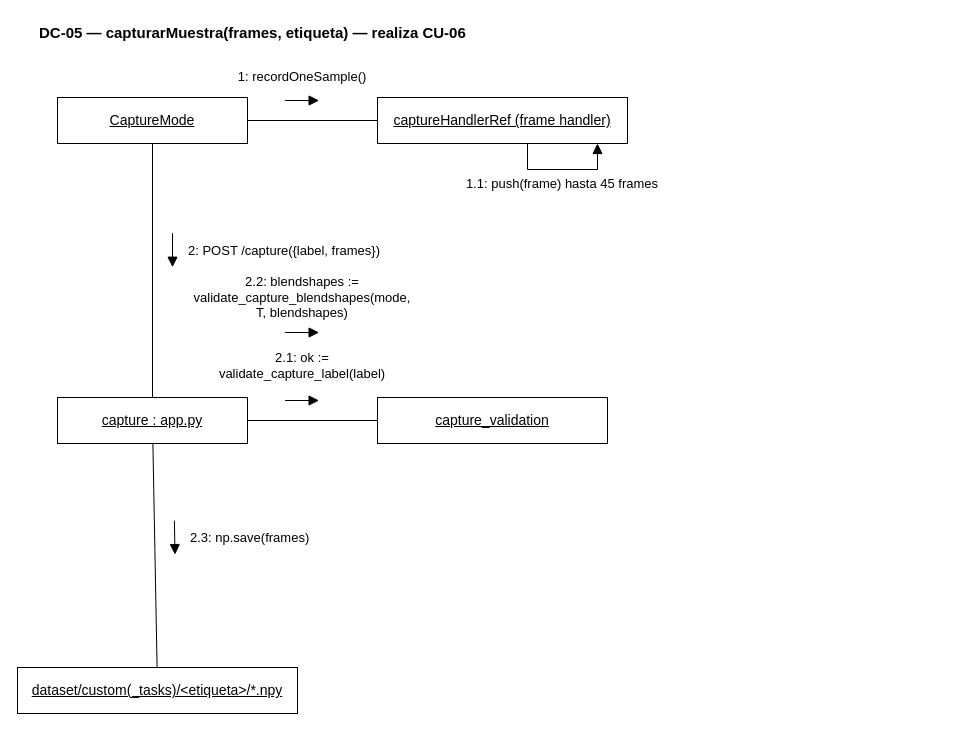
The draw.io diagram docs/diagramas/colaboracion/08_colaboracion_dc05.drawio in santinohamada/Nexora, before the edit. Source tidied: cells renumbered, new cells numbered last; positions are measured from the earlier drawing's top-left corner, leaving out a move shared by most shapes. Both pictures are drawn from the tidied source at 100%, with x=0, y=0 at pixel (17, 17).
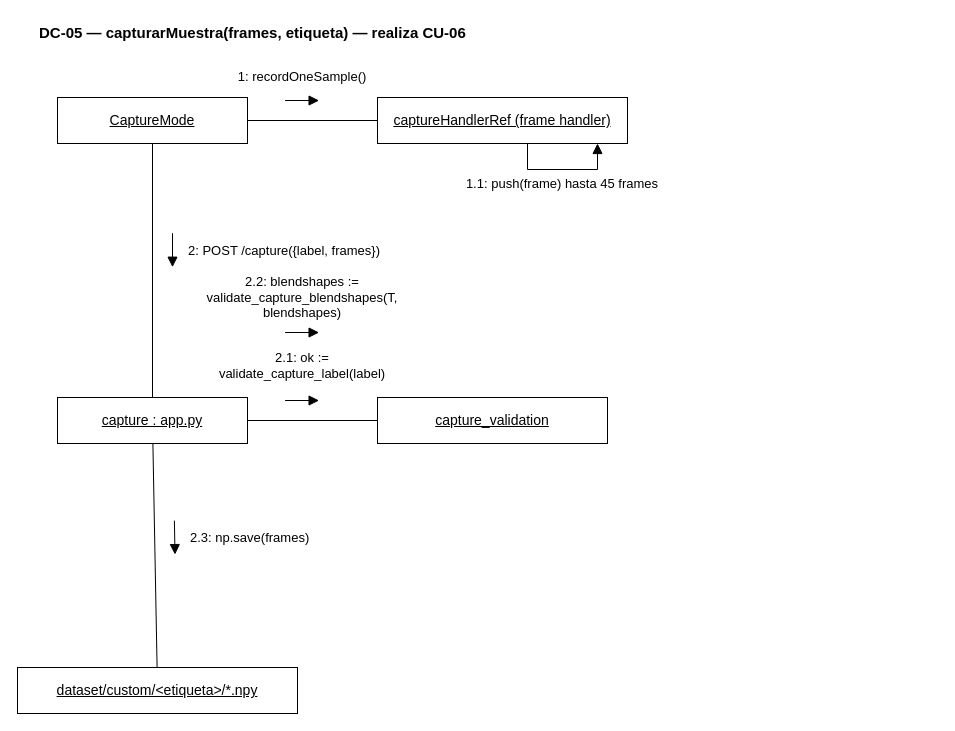
Above is the later version.

The edit, as a diff of the source:
```diff
@@
-    <mxCell id="7" value="&lt;u&gt;dataset/custom(_tasks)/&amp;lt;etiqueta&amp;gt;/*.npy&lt;/u&gt;" style="rounded=0;whiteSpace=wrap;html=1;fillColor=#ffffff;strokeColor=#000000;fontFamily=Helvetica;fontSize=14;align=center;verticalAlign=middle;" parent="1" vertex="1">
+    <mxCell id="7" value="&lt;u&gt;dataset/custom/&amp;lt;etiqueta&amp;gt;/*.npy&lt;/u&gt;" style="rounded=0;whiteSpace=wrap;html=1;fillColor=#ffffff;strokeColor=#000000;fontFamily=Helvetica;fontSize=14;align=center;verticalAlign=middle;" parent="1" vertex="1">
       <mxGeometry y="650" width="280" height="46" as="geometry" />
     </mxCell>
@@
-    <mxCell id="20" value="2.2: blendshapes := validate_capture_blendshapes(mode, T, blendshapes)" style="text;html=1;align=center;verticalAlign=middle;fontFamily=Helvetica;fontSize=13;whiteSpace=wrap;" parent="1" vertex="1">
+    <mxCell id="20" value="2.2: blendshapes := validate_capture_blendshapes(T, blendshapes)" style="text;html=1;align=center;verticalAlign=middle;fontFamily=Helvetica;fontSize=13;whiteSpace=wrap;" parent="1" vertex="1">
       <mxGeometry x="174.6" y="259" width="220" height="42" as="geometry" />
     </mxCell>
```
